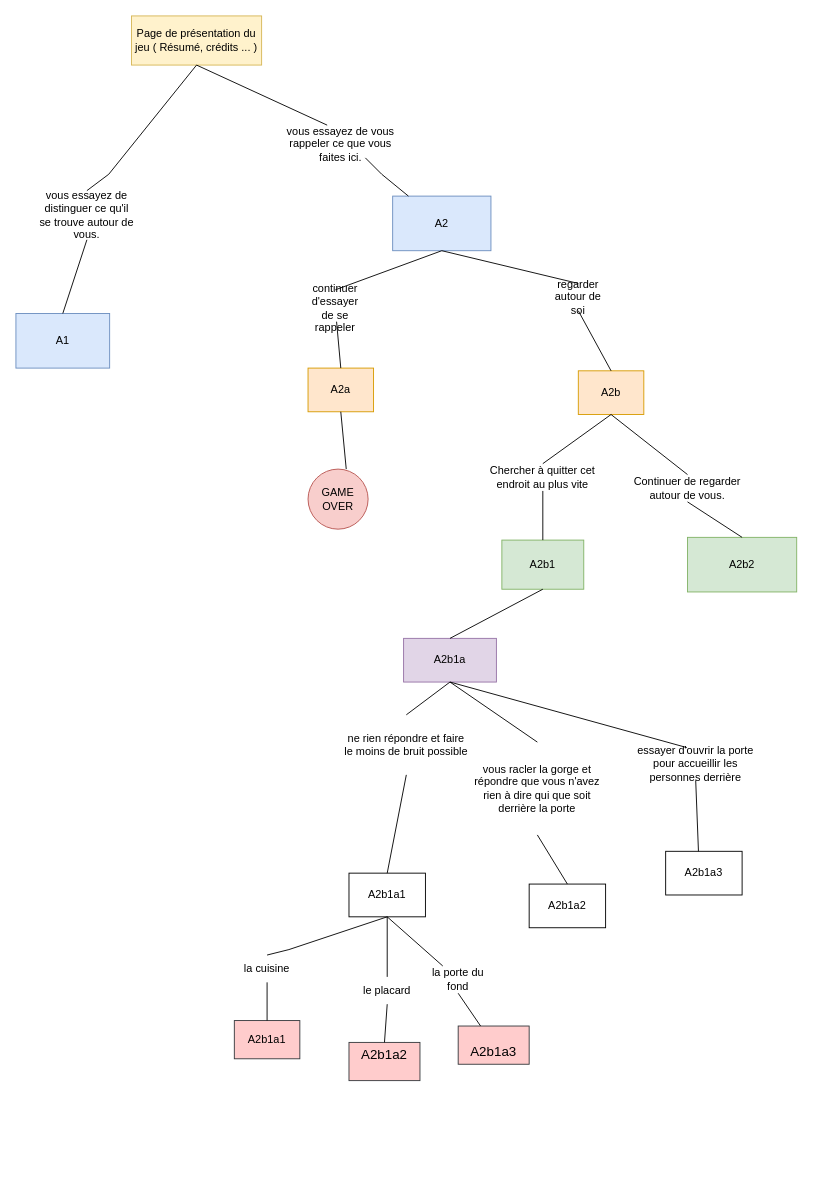
This is Diagramme sans nom.drawio from Dideelee/Dideelee.github.io, a draw.io file, before an edit. Source tidied: cells renumbered, new cells numbered last; positions are measured from the earlier drawing's top-left corner, leaving out a move shared by most shapes. Both pictures are drawn from the tidied source at 91%, with x=0, y=0 at pixel (15, 15).
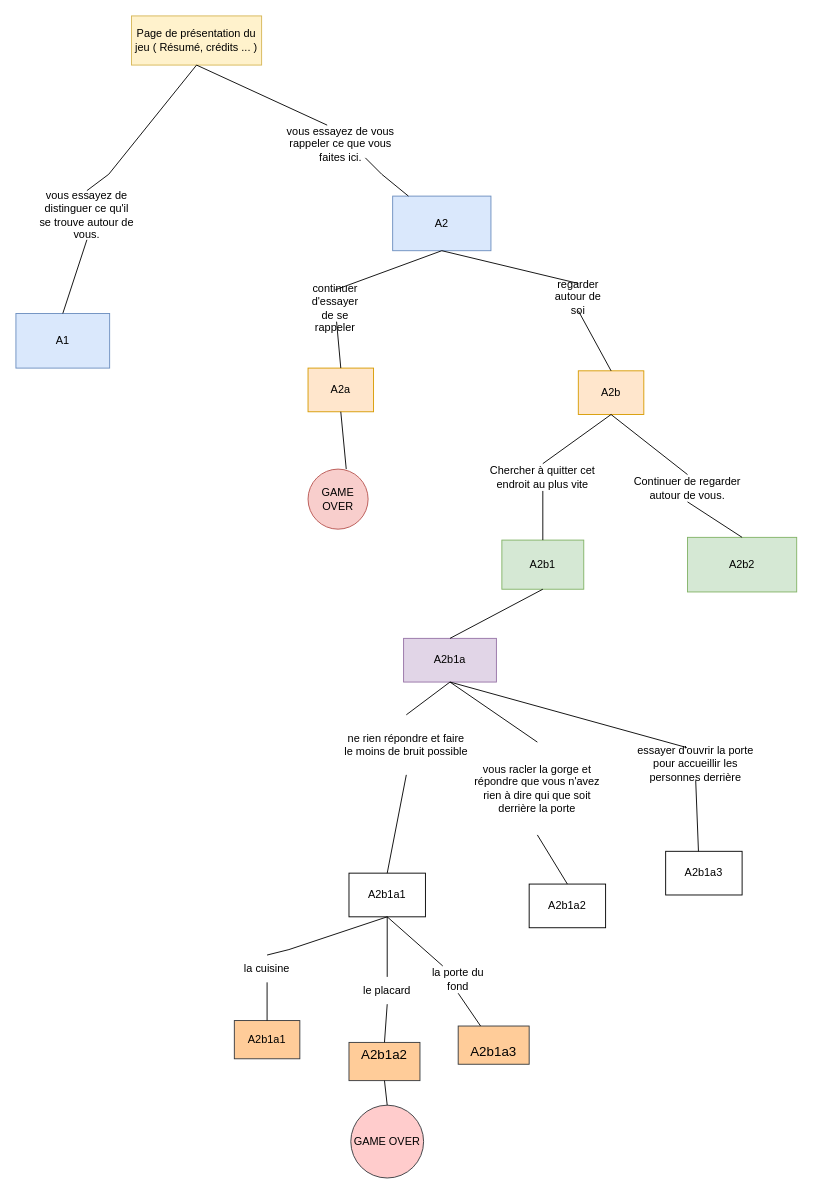
The same diagram, later.

Commit message:
Mettre à jour Diagramme sans nom.drawio

Change to the diagram source:
```diff
@@
-    <mxCell id="43" value="A2b1a1" style="rounded=0;whiteSpace=wrap;html=1;fillColor=#ffcccc;strokeColor=#36393d;" parent="1" vertex="1">
+    <mxCell id="43" value="A2b1a1" style="rounded=0;whiteSpace=wrap;html=1;fillColor=#ffcc99;strokeColor=#36393d;" parent="1" vertex="1">
       <mxGeometry x="240" y="1104" width="72" height="42" as="geometry" />
     </mxCell>
-    <mxCell id="44" value="&#10;&lt;span id=&quot;docs-internal-guid-a7e3643c-7fff-90de-d468-c69f37d8437d&quot; style=&quot;font-size: 11pt; font-family: Arial; background-color: transparent; font-weight: 400; font-style: normal; font-variant: normal; text-decoration: none; vertical-align: baseline;&quot;&gt;A2b1a2&lt;/span&gt;&#10;&#10;" style="rounded=0;whiteSpace=wrap;html=1;fillColor=#ffcccc;strokeColor=#36393d;fontColor=#000000;" parent="1" vertex="1">
+    <mxCell id="44" value="&#10;&lt;span id=&quot;docs-internal-guid-a7e3643c-7fff-90de-d468-c69f37d8437d&quot; style=&quot;font-size: 11pt; font-family: Arial; background-color: transparent; font-weight: 400; font-style: normal; font-variant: normal; text-decoration: none; vertical-align: baseline;&quot;&gt;A2b1a2&lt;/span&gt;&#10;&#10;" style="rounded=0;whiteSpace=wrap;html=1;fillColor=#ffcc99;strokeColor=#36393d;" parent="1" vertex="1">
       <mxGeometry x="366" y="1128" width="78" height="42" as="geometry" />
     </mxCell>
-    <mxCell id="45" value="&lt;br&gt;&lt;span id=&quot;docs-internal-guid-08a776a1-7fff-d498-28c5-6e7eafad8684&quot; style=&quot;font-size: 11pt; font-family: Arial; background-color: transparent; font-weight: 400; font-style: normal; font-variant: normal; text-decoration: none; vertical-align: baseline;&quot;&gt;A2b1a3&lt;/span&gt;&lt;br&gt;" style="rounded=0;whiteSpace=wrap;html=1;fillColor=#ffcccc;strokeColor=#36393d;" parent="1" vertex="1">
+    <mxCell id="45" value="&lt;br&gt;&lt;span id=&quot;docs-internal-guid-08a776a1-7fff-d498-28c5-6e7eafad8684&quot; style=&quot;font-size: 11pt; font-family: Arial; background-color: transparent; font-weight: 400; font-style: normal; font-variant: normal; text-decoration: none; vertical-align: baseline;&quot;&gt;A2b1a3&lt;/span&gt;&lt;br&gt;" style="rounded=0;whiteSpace=wrap;html=1;fillColor=#ffcc99;strokeColor=#36393d;" parent="1" vertex="1">
       <mxGeometry x="486" y="1110" width="78" height="42" as="geometry" />
     </mxCell>
@@
+    <mxCell id="55" value="GAME OVER" style="ellipse;whiteSpace=wrap;html=1;fillColor=#ffcccc;strokeColor=#36393d;" parent="1" vertex="1">
+      <mxGeometry x="368" y="1197" width="80" height="80" as="geometry" />
+    </mxCell>
+    <mxCell id="56" style="endArrow=none;html=1;rounded=0;entryX=0.5;entryY=1;entryDx=0;entryDy=0;exitX=0.5;exitY=0;exitDx=0;exitDy=0;" parent="1" edge="1" source="55" target="44">
+      <mxGeometry relative="1" as="geometry" />
+    </mxCell>
```
